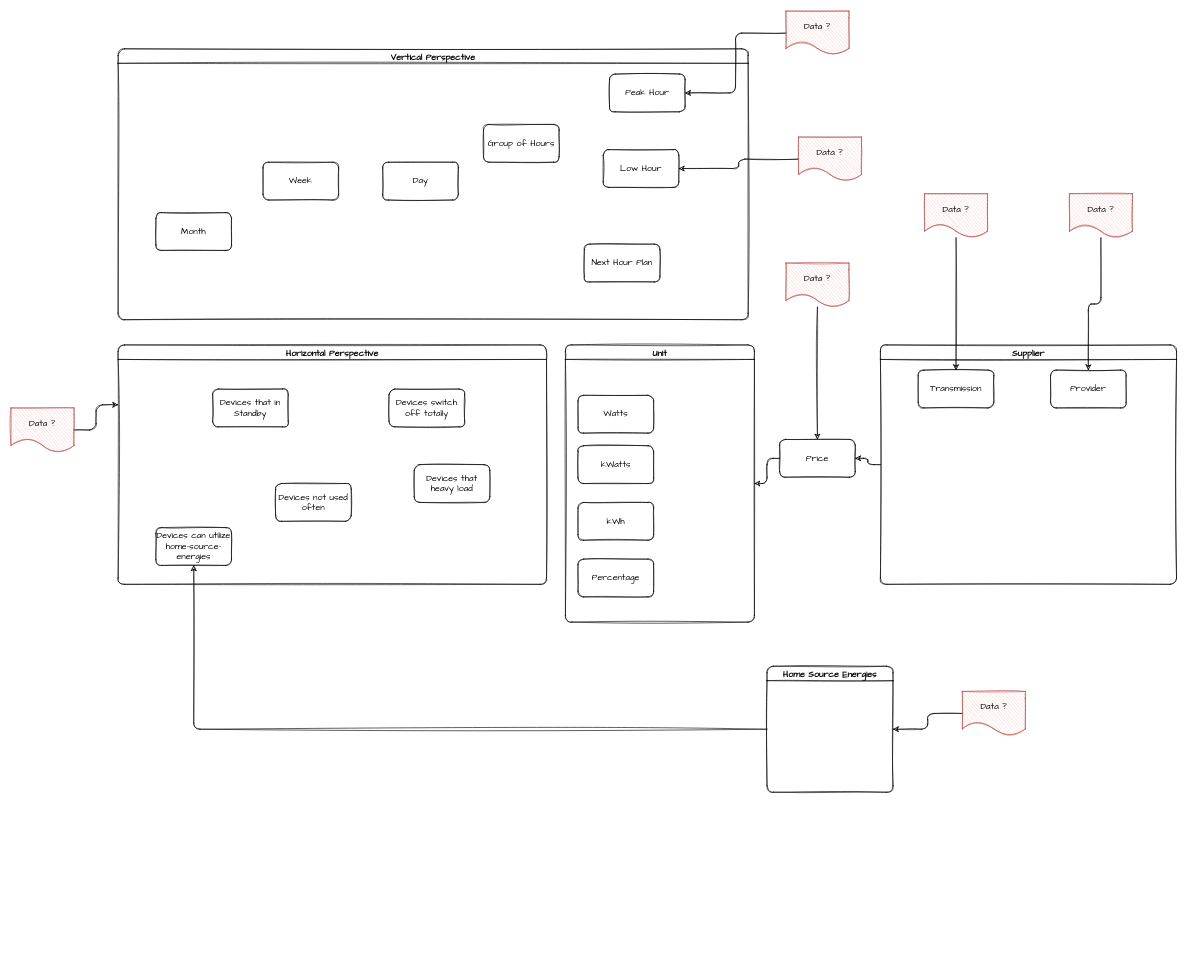
khiem111189/home-elect keeps this draw.io diagram as page "Page" (1 of 11) of diagr-20221104-home-elect.drawio. Above is the earlier version. Source tidied: cells renumbered, new cells numbered last; positions are measured from the earlier drawing's top-left corner, leaving out a move shared by most shapes. Both pictures are drawn from the tidied source at 63%, with x=0, y=0 at pixel (11, 11).
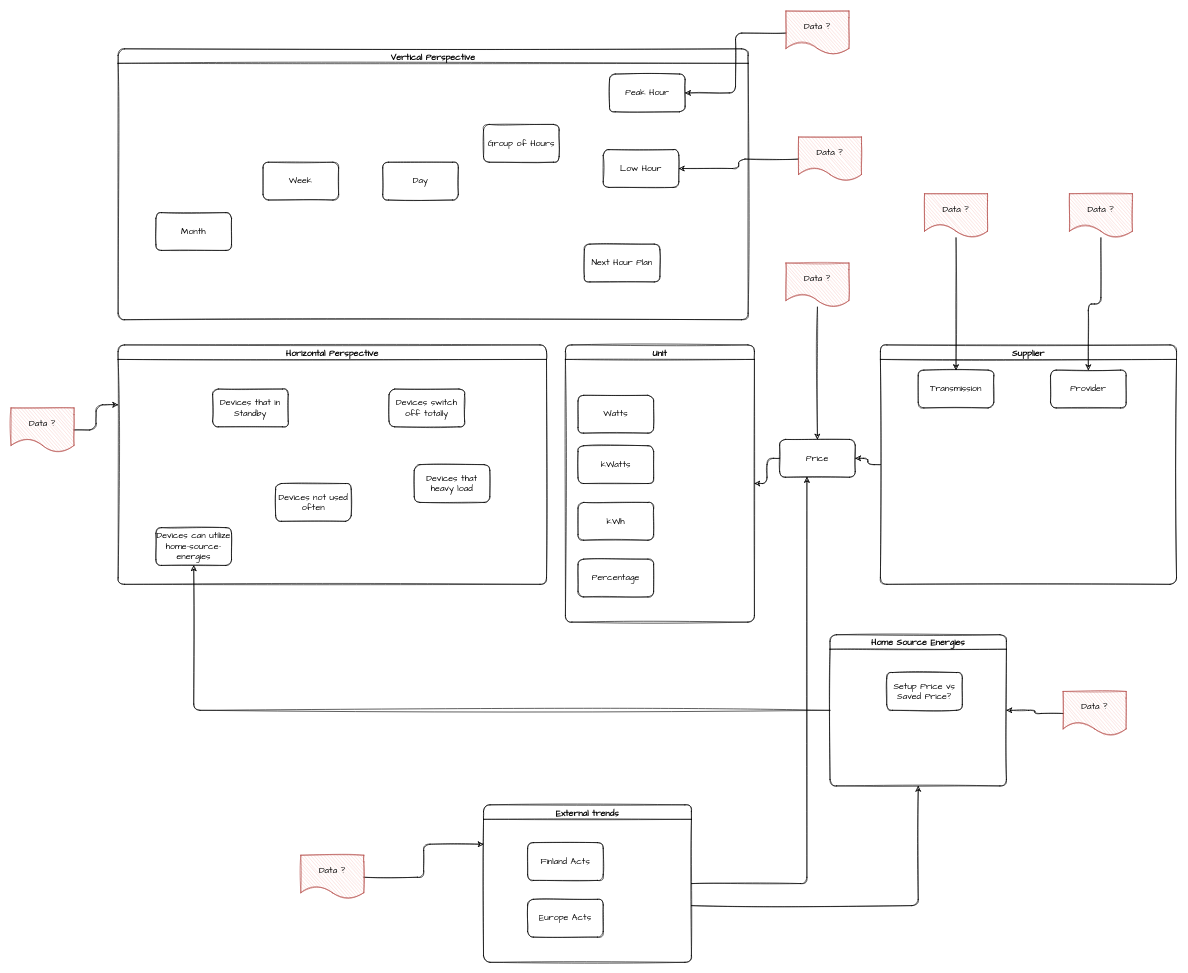
The same page after the edit.

Unchanged cells that the change refers to:
```xml
<mxCell id="26" value="Price" style="rounded=1;whiteSpace=wrap;html=1;shadow=0;sketch=1;fontFamily=Comic Sans MS;fontSize=14;" parent="1" vertex="1">
  <mxGeometry x="1220" y="680" width="120" height="60" as="geometry" />
</mxCell>
```

Change to the diagram source:
```diff
@@
     <mxCell id="28" value="Home Source Energies" style="swimlane;rounded=1;shadow=0;sketch=1;fontFamily=Comic Sans MS;fontSize=14;" parent="1" vertex="1">
-      <mxGeometry x="1200" y="1040" width="200" height="200" as="geometry" />
+      <mxGeometry x="1300" y="990" width="280" height="240" as="geometry" />
     </mxCell>
+    <mxCell id="43" value="Setup Price vs Saved Price?" style="rounded=1;whiteSpace=wrap;html=1;shadow=0;sketch=1;fontFamily=Comic Sans MS;fontSize=14;" parent="28" vertex="1">
+      <mxGeometry x="90" y="60" width="120" height="60" as="geometry" />
+    </mxCell>
@@
     <mxCell id="34" value="Data ?" style="shape=document;whiteSpace=wrap;html=1;boundedLbl=1;dashed=0;flipH=1;sketch=1;fillColor=#f8cecc;strokeColor=#b85450;fontFamily=Comic Sans MS;fontSize=14;" parent="1" vertex="1">
-      <mxGeometry x="1510" y="1080" width="100" height="70" as="geometry" />
+      <mxGeometry x="1670" y="1080" width="100" height="70" as="geometry" />
     </mxCell>
@@
+    <mxCell id="44" style="edgeStyle=orthogonalEdgeStyle;shape=connector;rounded=1;sketch=1;jettySize=auto;html=1;labelBackgroundColor=default;strokeColor=default;fontFamily=Comic Sans MS;fontSize=14;fontColor=default;endArrow=classic;entryX=0.361;entryY=0.995;entryDx=0;entryDy=0;entryPerimeter=0;" parent="1" edge="1" source="46" target="26">
+      <mxGeometry relative="1" as="geometry" />
+    </mxCell>
+    <mxCell id="45" style="edgeStyle=orthogonalEdgeStyle;shape=connector;rounded=1;sketch=1;jettySize=auto;html=1;entryX=0.5;entryY=1;entryDx=0;entryDy=0;labelBackgroundColor=default;strokeColor=default;fontFamily=Comic Sans MS;fontSize=14;fontColor=default;endArrow=classic;" parent="1" edge="1" source="46" target="28">
+      <mxGeometry relative="1" as="geometry">
+        <Array as="points">
+          <mxPoint x="1440" y="1420" />
+        </Array>
+      </mxGeometry>
+    </mxCell>
+    <mxCell id="46" value="External trends" style="swimlane;rounded=1;shadow=0;sketch=1;fontFamily=Comic Sans MS;fontSize=14;" parent="1" vertex="1">
+      <mxGeometry x="750" y="1260" width="330" height="250" as="geometry" />
+    </mxCell>
+    <mxCell id="47" value="Finland Acts" style="rounded=1;whiteSpace=wrap;html=1;sketch=1;fontFamily=Comic Sans MS;fontSize=14;fontColor=default;" parent="46" vertex="1">
+      <mxGeometry x="70" y="60" width="120" height="60" as="geometry" />
+    </mxCell>
+    <mxCell id="48" value="Europe Acts" style="rounded=1;whiteSpace=wrap;html=1;sketch=1;fontFamily=Comic Sans MS;fontSize=14;fontColor=default;" parent="46" vertex="1">
+      <mxGeometry x="70" y="150" width="120" height="60" as="geometry" />
+    </mxCell>
+    <mxCell id="49" style="edgeStyle=orthogonalEdgeStyle;shape=connector;rounded=1;sketch=1;jettySize=auto;html=1;labelBackgroundColor=default;strokeColor=default;fontFamily=Comic Sans MS;fontSize=14;fontColor=default;endArrow=classic;entryX=0;entryY=0.25;entryDx=0;entryDy=0;" parent="1" edge="1" source="50" target="46">
+      <mxGeometry relative="1" as="geometry" />
+    </mxCell>
+    <mxCell id="50" value="Data ?" style="shape=document;whiteSpace=wrap;html=1;boundedLbl=1;dashed=0;flipH=1;sketch=1;fillColor=#f8cecc;strokeColor=#b85450;fontFamily=Comic Sans MS;fontSize=14;" parent="1" vertex="1">
+      <mxGeometry x="460" y="1340" width="100" height="70" as="geometry" />
+    </mxCell>
```
